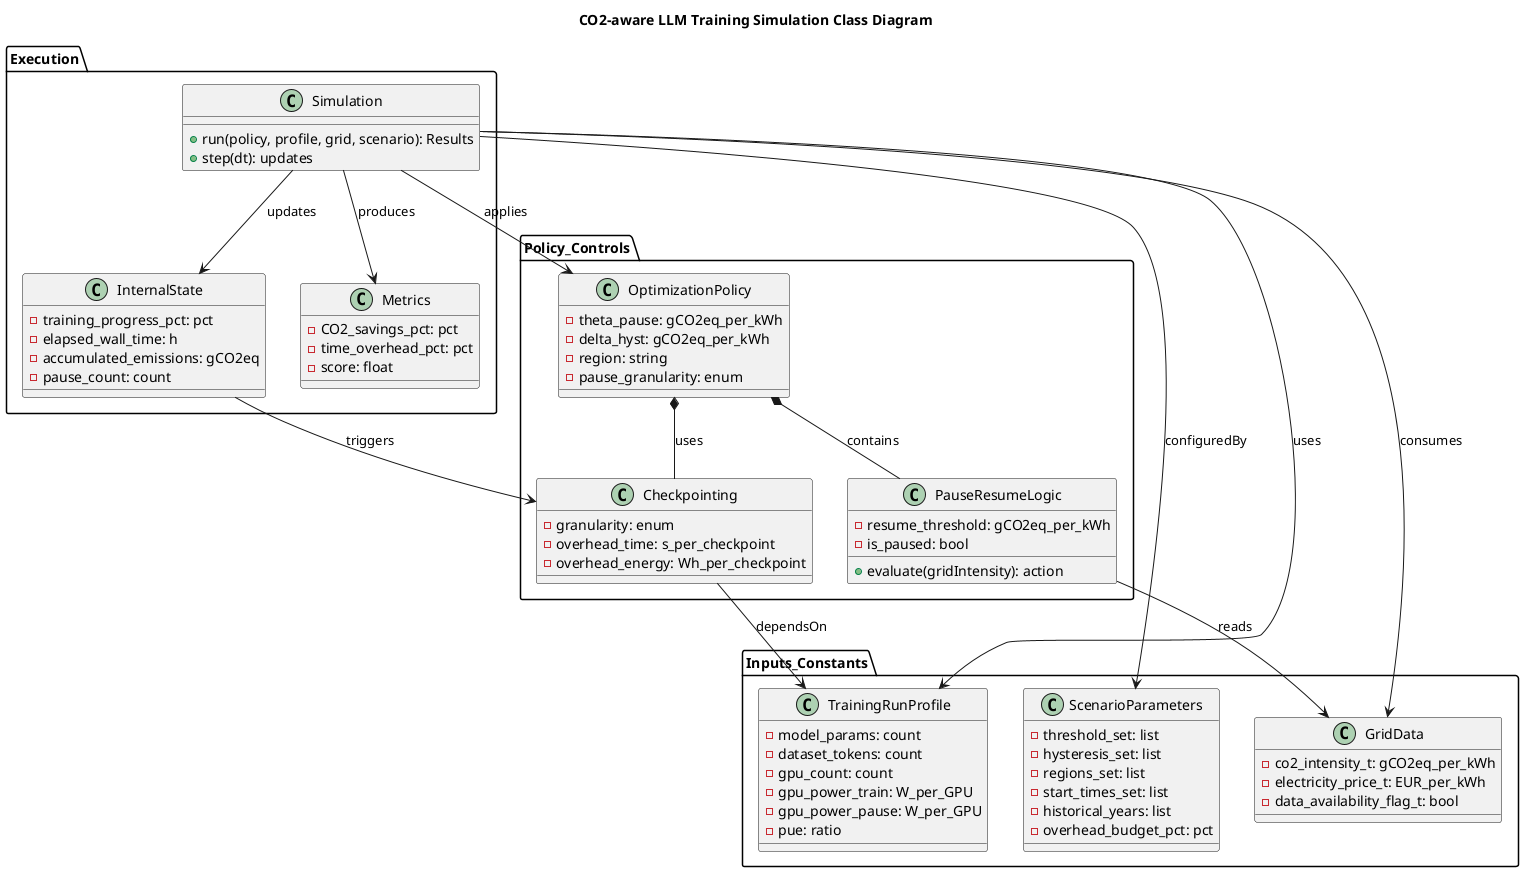
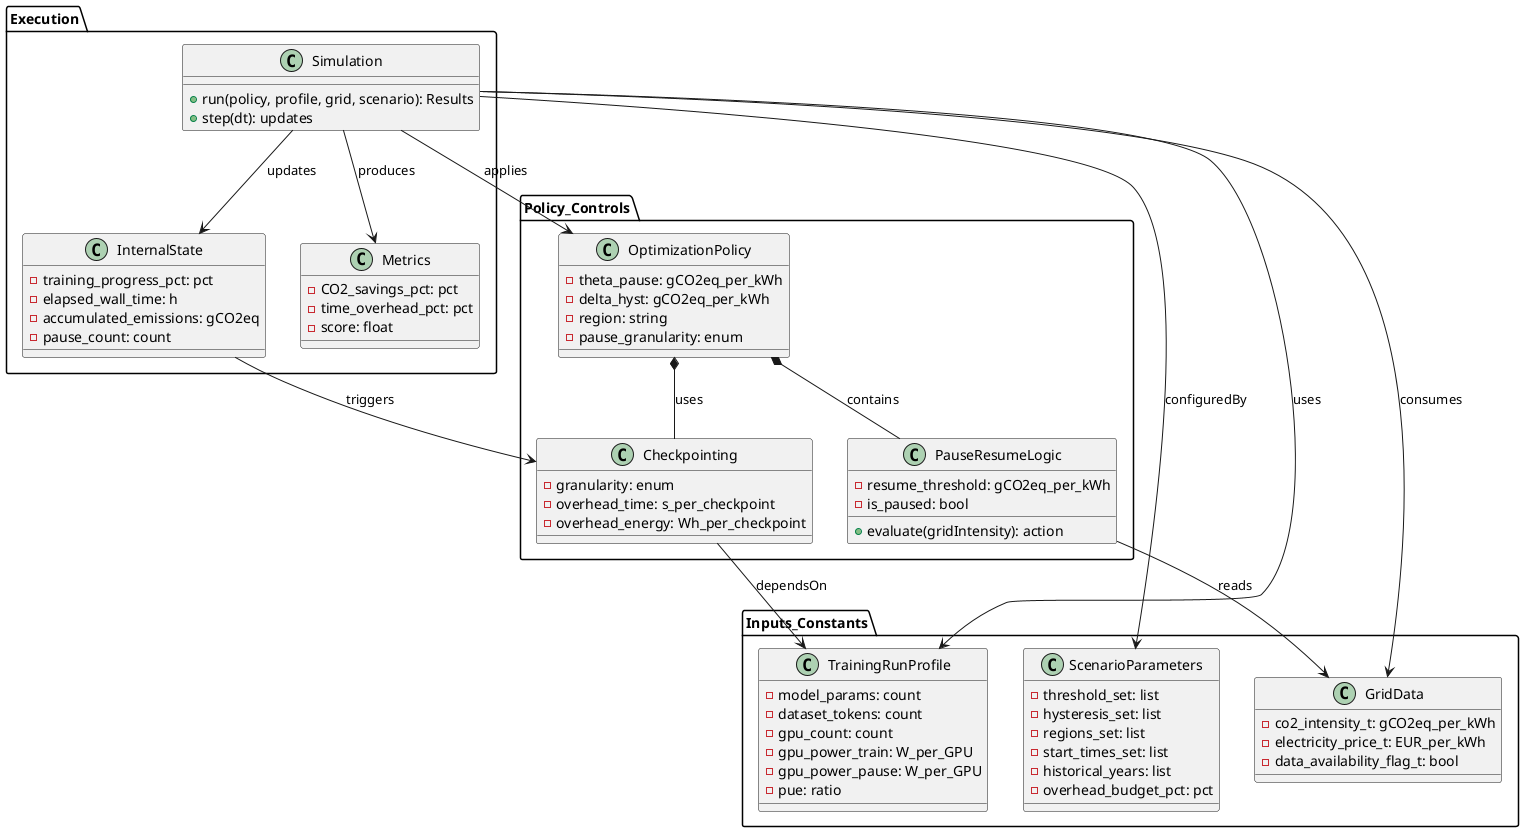
@startuml
- title CO2-aware LLM Training Simulation Class Diagram
+ 'title CO2-aware LLM Training Simulation Class Diagram

package Inputs_Constants {
  class TrainingRunProfile {
    - model_params: count
    - dataset_tokens: count
    - gpu_count: count
    - gpu_power_train: W_per_GPU
    - gpu_power_pause: W_per_GPU
    - pue: ratio
  }

  class GridData {
    - co2_intensity_t: gCO2eq_per_kWh
    - electricity_price_t: EUR_per_kWh
    - data_availability_flag_t: bool
  }

  class ScenarioParameters {
    - threshold_set: list
    - hysteresis_set: list
    - regions_set: list
    - start_times_set: list
    - historical_years: list
    - overhead_budget_pct: pct
  }
}

package Policy_Controls {
  class OptimizationPolicy {
    - theta_pause: gCO2eq_per_kWh
    - delta_hyst: gCO2eq_per_kWh
    - region: string
    - pause_granularity: enum
  }

  class PauseResumeLogic {
    - resume_threshold: gCO2eq_per_kWh
    - is_paused: bool
    + evaluate(gridIntensity): action
  }

  class Checkpointing {
    - granularity: enum
    - overhead_time: s_per_checkpoint
    - overhead_energy: Wh_per_checkpoint
  }
}

package "Execution" {
  class Simulation {
    + run(policy, profile, grid, scenario): Results
    + step(dt): updates
  }

  class InternalState {
    - training_progress_pct: pct
    - elapsed_wall_time: h
    - accumulated_emissions: gCO2eq
    - pause_count: count
  }

  class Metrics {
    - CO2_savings_pct: pct
    - time_overhead_pct: pct
    - score: float
  }
}

' Relationships
Simulation --> TrainingRunProfile : uses
Simulation --> GridData : consumes
Simulation --> OptimizationPolicy : applies
Simulation --> ScenarioParameters : configuredBy
Simulation --> InternalState : updates
Simulation --> Metrics : produces

OptimizationPolicy *-- PauseResumeLogic : contains
OptimizationPolicy *-- Checkpointing : uses
Checkpointing --> TrainingRunProfile : dependsOn
PauseResumeLogic --> GridData : reads
InternalState --> Checkpointing : triggers
@enduml
